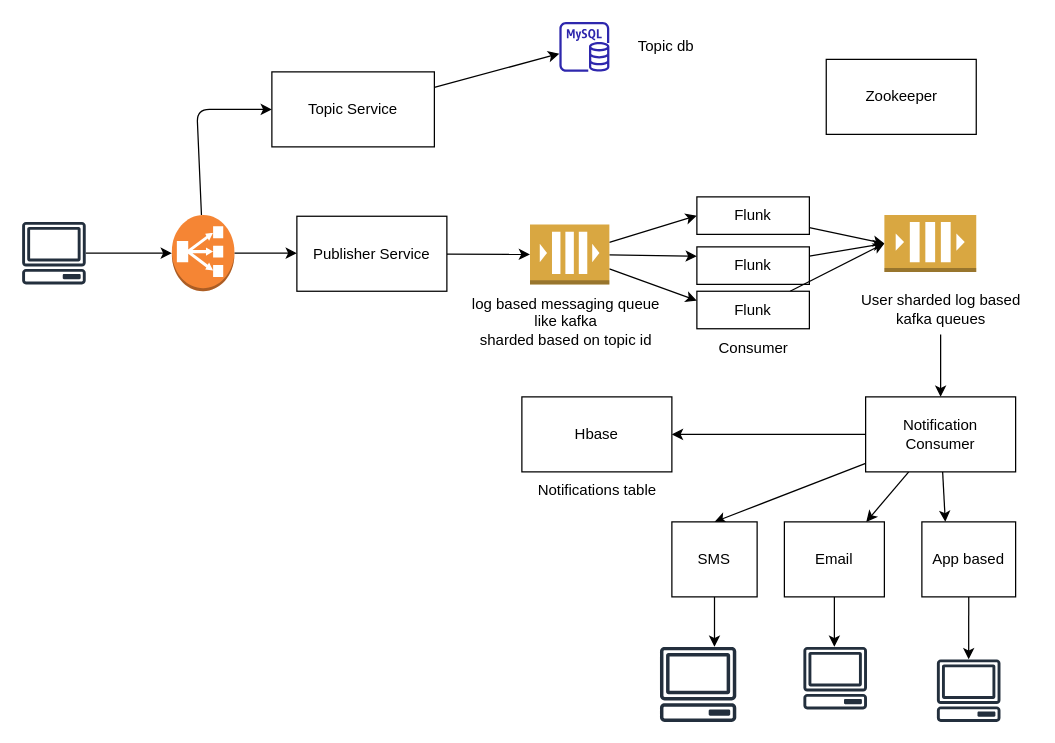
Earlier version of the draw.io diagram Notification Service/NotificationService.drawio (dilipsharma11/HLD-diagrams). Source tidied: cells renumbered, new cells numbered last; positions are measured from the earlier drawing's top-left corner, leaving out a move shared by most shapes. Both pictures are drawn from the tidied source at 125%, with x=0, y=0 at pixel (21, 21).
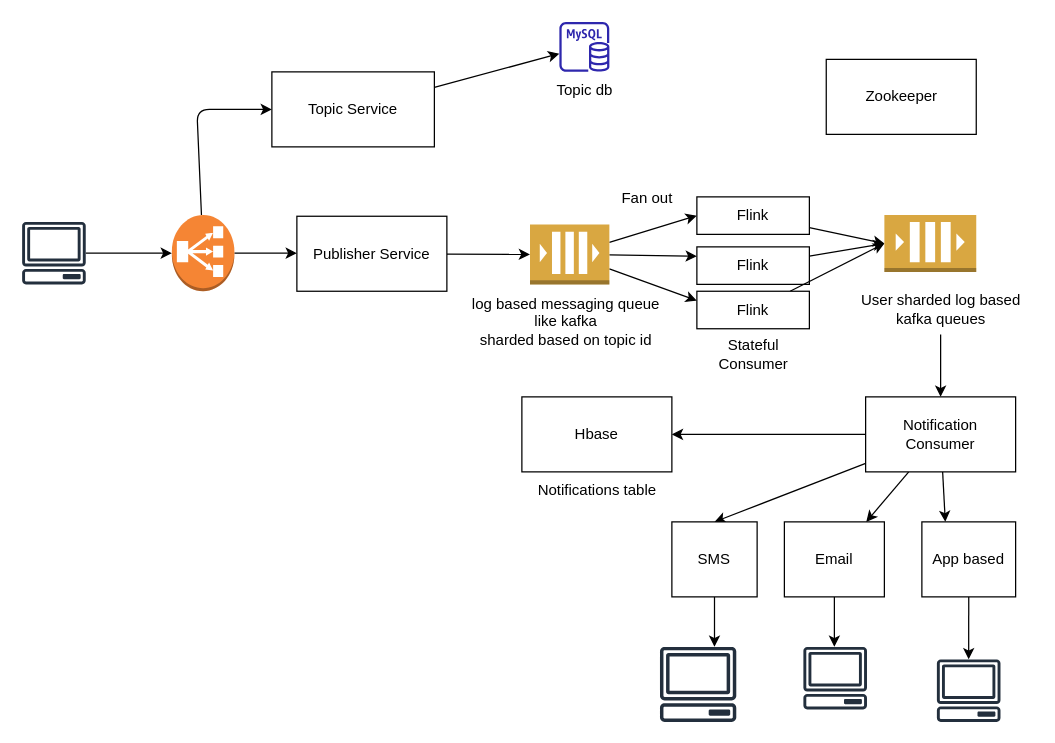
Above is the later version.

Commit message (it also covers changes not shown here):
Spell correct

Change to the diagram source:
```diff
@@
     <mxCell id="10" value="Topic db" style="text;html=1;align=center;verticalAlign=middle;strokeColor=none;fillColor=none;" parent="1" vertex="1">
-      <mxGeometry x="480" y="5" width="70" height="30" as="geometry" />
+      <mxGeometry x="415" y="40" width="70" height="30" as="geometry" />
     </mxCell>
@@
-    <mxCell id="19" value="Flunk" style="rounded=0;whiteSpace=wrap;html=1;" parent="1" vertex="1">
+    <mxCell id="19" value="Flink" style="rounded=0;whiteSpace=wrap;html=1;" parent="1" vertex="1">
       <mxGeometry x="540" y="140" width="90" height="30" as="geometry" />
     </mxCell>
@@
-    <mxCell id="21" value="Flunk" style="rounded=0;whiteSpace=wrap;html=1;" parent="1" vertex="1">
+    <mxCell id="21" value="Flink" style="rounded=0;whiteSpace=wrap;html=1;" parent="1" vertex="1">
       <mxGeometry x="540" y="180" width="90" height="30" as="geometry" />
     </mxCell>
@@
-    <mxCell id="23" value="Flunk" style="rounded=0;whiteSpace=wrap;html=1;" parent="1" vertex="1">
+    <mxCell id="23" value="Flink" style="rounded=0;whiteSpace=wrap;html=1;" parent="1" vertex="1">
       <mxGeometry x="540" y="215.5" width="90" height="30" as="geometry" />
     </mxCell>
-    <mxCell id="24" value="Consumer" style="text;html=1;align=center;verticalAlign=middle;strokeColor=none;fillColor=none;" parent="1" vertex="1">
-      <mxGeometry x="545" y="245.5" width="80" height="30" as="geometry" />
+    <mxCell id="24" value="Stateful&lt;br&gt;Consumer" style="text;html=1;align=center;verticalAlign=middle;strokeColor=none;fillColor=none;" parent="1" vertex="1">
+      <mxGeometry x="545" y="245.5" width="80" height="40" as="geometry" />
     </mxCell>
@@
+    <mxCell id="45" value="Fan out" style="text;html=1;align=center;verticalAlign=middle;strokeColor=none;fillColor=none;" parent="1" vertex="1">
+      <mxGeometry x="470" y="125.5" width="60" height="30" as="geometry" />
+    </mxCell>
```
